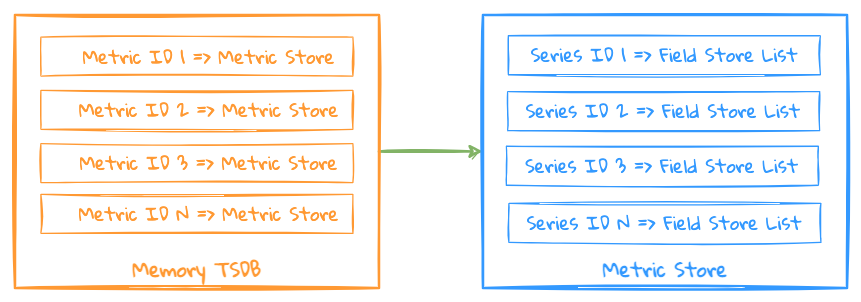
lindb/lindb.github.io keeps this draw.io diagram as docs/assets/images/design/memory_database.png. Above is the earlier version. Source tidied: cells renumbered, new cells last; positions are measured from the earlier drawing's top-left corner, leaving out a move shared by most shapes. Its diagram source:
```xml
<mxGraphModel>
  <root>
    <mxCell id="0" />
    <mxCell id="1" parent="0" />
    <mxCell id="2" style="rounded=0;jettySize=auto;html=1;entryX=0;entryY=0.5;entryDx=0;entryDy=0;endArrow=classic;endFill=1;fontSize=14;strokeColor=#82B366;strokeWidth=2;shadow=0;fontFamily=Gloria Hallelujah;fontSource=https%3A%2F%2Ffonts.googleapis.com%2Fcss%3Ffamily%3DGloria%2BHallelujah;sketch=1;" parent="1" edge="1" source="5" target="3">
      <mxGeometry relative="1" as="geometry" />
    </mxCell>
    <mxCell id="3" style="rounded=0;whiteSpace=wrap;html=1;verticalAlign=bottom;fontSize=14;fontStyle=1;fillColor=none;strokeColor=#3399FF;fontFamily=Gloria Hallelujah;fontSource=https%3A%2F%2Ffonts.googleapis.com%2Fcss%3Ffamily%3DGloria%2BHallelujah;strokeWidth=2;sketch=1;fontColor=#3399FF;" parent="1" vertex="1">
      <mxGeometry x="360" width="280" height="210" as="geometry" />
    </mxCell>
    <mxCell id="4" value="Series ID 1 =&amp;gt; Field Store List" style="rounded=0;whiteSpace=wrap;html=1;labelBackgroundColor=none;fontSize=14;fillColor=none;strokeColor=#3399FF;fontFamily=Gloria Hallelujah;fontSource=https%3A%2F%2Ffonts.googleapis.com%2Fcss%3Ffamily%3DGloria%2BHallelujah;sketch=1;fontColor=#3399FF;" parent="1" vertex="1">
      <mxGeometry x="379.5" y="16" width="240" height="30" as="geometry" />
    </mxCell>
    <mxCell id="5" style="rounded=0;whiteSpace=wrap;html=1;verticalAlign=bottom;fontStyle=1;fontSize=14;fillColor=none;strokeColor=#FF9933;fontFamily=Gloria Hallelujah;fontSource=https%3A%2F%2Ffonts.googleapis.com%2Fcss%3Ffamily%3DGloria%2BHallelujah;sketch=1;strokeWidth=2;fontColor=#FF9933;" parent="1" vertex="1">
      <mxGeometry width="280" height="210" as="geometry" />
    </mxCell>
    <mxCell id="6" value="&amp;nbsp; &amp;nbsp;Metric ID 2 =&amp;gt; Metric Store" style="rounded=0;whiteSpace=wrap;html=1;labelBackgroundColor=none;fontSize=14;fillColor=none;strokeColor=#FF9933;fontFamily=Gloria Hallelujah;fontSource=https%3A%2F%2Ffonts.googleapis.com%2Fcss%3Ffamily%3DGloria%2BHallelujah;sketch=1;fontColor=#FF9933;" parent="1" vertex="1">
      <mxGeometry x="20" y="58" width="240" height="30" as="geometry" />
    </mxCell>
    <mxCell id="7" value="&amp;nbsp; &amp;nbsp;Metric ID 1 =&amp;gt; Metric Store" style="rounded=0;whiteSpace=wrap;html=1;labelBackgroundColor=none;fontSize=14;fillColor=none;strokeColor=#FF9933;fontFamily=Gloria Hallelujah;fontSource=https%3A%2F%2Ffonts.googleapis.com%2Fcss%3Ffamily%3DGloria%2BHallelujah;sketch=1;fontColor=#FF9933;" parent="1" vertex="1">
      <mxGeometry x="20" y="17" width="240" height="30" as="geometry" />
    </mxCell>
    <mxCell id="8" value="&amp;nbsp; &amp;nbsp;Metric ID 3 =&amp;gt; Metric Store" style="rounded=0;whiteSpace=wrap;html=1;labelBackgroundColor=none;fontSize=14;fillColor=none;strokeColor=#FF9933;fontFamily=Gloria Hallelujah;fontSource=https%3A%2F%2Ffonts.googleapis.com%2Fcss%3Ffamily%3DGloria%2BHallelujah;sketch=1;fontColor=#FF9933;" parent="1" vertex="1">
      <mxGeometry x="20" y="99" width="240" height="30" as="geometry" />
    </mxCell>
    <mxCell id="9" value="&amp;nbsp; &amp;nbsp;Metric ID N =&amp;gt; Metric Store" style="rounded=0;whiteSpace=wrap;html=1;labelBackgroundColor=none;fontSize=14;fillColor=none;strokeColor=#FF9933;fontFamily=Gloria Hallelujah;fontSource=https%3A%2F%2Ffonts.googleapis.com%2Fcss%3Ffamily%3DGloria%2BHallelujah;sketch=1;fontColor=#FF9933;" parent="1" vertex="1">
      <mxGeometry x="20" y="138" width="240" height="30" as="geometry" />
    </mxCell>
    <mxCell id="10" value="&lt;span style=&quot;color: rgb(255, 153, 51); font-size: 15px;&quot;&gt;Memory TSDB&lt;/span&gt;" style="text;html=1;strokeColor=none;fillColor=none;align=center;verticalAlign=middle;whiteSpace=wrap;rounded=0;glass=0;labelBackgroundColor=none;sketch=1;fontFamily=Gloria Hallelujah;fontSource=https%3A%2F%2Ffonts.googleapis.com%2Fcss%3Ffamily%3DGloria%2BHallelujah;fontSize=15;fontColor=#3399FF;fontStyle=1;" parent="1" vertex="1">
      <mxGeometry x="73.5" y="180" width="133" height="30" as="geometry" />
    </mxCell>
    <mxCell id="11" value="&lt;span style=&quot;font-size: 15px;&quot;&gt;Metric Store&lt;/span&gt;" style="text;html=1;strokeColor=none;fillColor=none;align=center;verticalAlign=middle;whiteSpace=wrap;rounded=0;glass=0;labelBackgroundColor=none;sketch=1;fontFamily=Gloria Hallelujah;fontSource=https%3A%2F%2Ffonts.googleapis.com%2Fcss%3Ffamily%3DGloria%2BHallelujah;fontSize=15;fontColor=#3399FF;fontStyle=1;" parent="1" vertex="1">
      <mxGeometry x="433.5" y="180" width="133" height="30" as="geometry" />
    </mxCell>
    <mxCell id="12" value="Series ID 2 =&amp;gt; Field Store List" style="rounded=0;whiteSpace=wrap;html=1;labelBackgroundColor=none;fontSize=14;fillColor=none;strokeColor=#3399FF;fontFamily=Gloria Hallelujah;fontSource=https%3A%2F%2Ffonts.googleapis.com%2Fcss%3Ffamily%3DGloria%2BHallelujah;sketch=1;fontColor=#3399FF;" parent="1" vertex="1">
      <mxGeometry x="379" y="59" width="240" height="30" as="geometry" />
    </mxCell>
    <mxCell id="13" value="Series ID 3 =&amp;gt; Field Store List" style="rounded=0;whiteSpace=wrap;html=1;labelBackgroundColor=none;fontSize=14;fillColor=none;strokeColor=#3399FF;fontFamily=Gloria Hallelujah;fontSource=https%3A%2F%2Ffonts.googleapis.com%2Fcss%3Ffamily%3DGloria%2BHallelujah;sketch=1;fontColor=#3399FF;" parent="1" vertex="1">
      <mxGeometry x="378" y="101" width="240" height="30" as="geometry" />
    </mxCell>
    <mxCell id="14" value="Series ID N =&amp;gt; Field Store List" style="rounded=0;whiteSpace=wrap;html=1;labelBackgroundColor=none;fontSize=14;fillColor=none;strokeColor=#3399FF;fontFamily=Gloria Hallelujah;fontSource=https%3A%2F%2Ffonts.googleapis.com%2Fcss%3Ffamily%3DGloria%2BHallelujah;sketch=1;fontColor=#3399FF;" parent="1" vertex="1">
      <mxGeometry x="380" y="145" width="240" height="30" as="geometry" />
    </mxCell>
  </root>
</mxGraphModel>
```
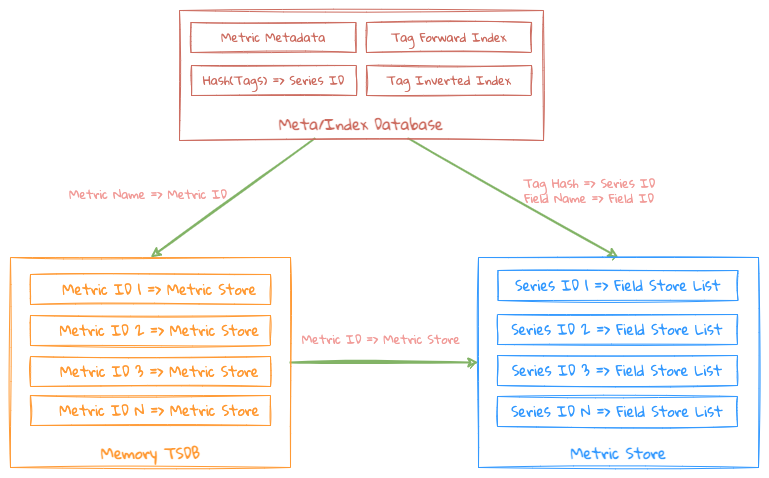
Later version of the same file.

What changed in the source:
```diff
@@ -2,44 +2,77 @@
   <root>
     <mxCell id="0" />
     <mxCell id="1" parent="0" />
-    <mxCell id="2" style="rounded=0;jettySize=auto;html=1;entryX=0;entryY=0.5;entryDx=0;entryDy=0;endArrow=classic;endFill=1;fontSize=14;strokeColor=#82B366;strokeWidth=2;shadow=0;fontFamily=Gloria Hallelujah;fontSource=https%3A%2F%2Ffonts.googleapis.com%2Fcss%3Ffamily%3DGloria%2BHallelujah;sketch=1;" parent="1" edge="1" source="5" target="3">
+    <mxCell id="2" style="rounded=0;jettySize=auto;html=1;endArrow=classic;endFill=1;fontSize=14;strokeColor=#82B366;strokeWidth=2;shadow=0;fontFamily=Gloria Hallelujah;fontSource=https%3A%2F%2Ffonts.googleapis.com%2Fcss%3Ffamily%3DGloria%2BHallelujah;sketch=1;exitX=1;exitY=0.5;exitDx=0;exitDy=0;entryX=0;entryY=0.5;entryDx=0;entryDy=0;" parent="1" edge="1" source="5" target="3">
       <mxGeometry relative="1" as="geometry" />
     </mxCell>
-    <mxCell id="3" style="rounded=0;whiteSpace=wrap;html=1;verticalAlign=bottom;fontSize=14;fontStyle=1;fillColor=none;strokeColor=#3399FF;fontFamily=Gloria Hallelujah;fontSource=https%3A%2F%2Ffonts.googleapis.com%2Fcss%3Ffamily%3DGloria%2BHallelujah;strokeWidth=2;sketch=1;fontColor=#3399FF;" parent="1" vertex="1">
-      <mxGeometry x="360" width="280" height="210" as="geometry" />
-    </mxCell>
-    <mxCell id="4" value="Series ID 1 =&amp;gt; Field Store List" style="rounded=0;whiteSpace=wrap;html=1;labelBackgroundColor=none;fontSize=14;fillColor=none;strokeColor=#3399FF;fontFamily=Gloria Hallelujah;fontSource=https%3A%2F%2Ffonts.googleapis.com%2Fcss%3Ffamily%3DGloria%2BHallelujah;sketch=1;fontColor=#3399FF;" parent="1" vertex="1">
-      <mxGeometry x="379.5" y="16" width="240" height="30" as="geometry" />
-    </mxCell>
+    <mxCell id="15" style="rounded=0;jettySize=auto;html=1;endArrow=classic;endFill=1;fontSize=14;strokeColor=#82B366;strokeWidth=2;shadow=0;fontFamily=Gloria Hallelujah;fontSource=https%3A%2F%2Ffonts.googleapis.com%2Fcss%3Ffamily%3DGloria%2BHallelujah;sketch=1;entryX=0.5;entryY=0;entryDx=0;entryDy=0;exitX=0.75;exitY=1;exitDx=0;exitDy=0;" parent="1" edge="1" source="25" target="3">
+      <mxGeometry relative="1" as="geometry" />
+    </mxCell>
+    <mxCell id="16" style="rounded=0;jettySize=auto;html=1;endArrow=classic;endFill=1;fontSize=14;strokeColor=#82B366;strokeWidth=2;shadow=0;fontFamily=Gloria Hallelujah;fontSource=https%3A%2F%2Ffonts.googleapis.com%2Fcss%3Ffamily%3DGloria%2BHallelujah;sketch=1;entryX=0.5;entryY=0;entryDx=0;entryDy=0;exitX=0.25;exitY=1;exitDx=0;exitDy=0;" parent="1" edge="1" source="25" target="5">
+      <mxGeometry relative="1" as="geometry" />
+    </mxCell>
+    <mxCell id="17" value="Metric Name =&amp;gt; Metric ID" style="text;html=1;strokeColor=none;fillColor=none;align=center;verticalAlign=middle;whiteSpace=wrap;rounded=0;sketch=1;fontFamily=Gloria Hallelujah;fontSource=https%3A%2F%2Ffonts.googleapis.com%2Fcss%3Ffamily%3DGloria%2BHallelujah;fontColor=#F19C99;" parent="1" vertex="1">
+      <mxGeometry x="57" y="-1040" width="182" height="30" as="geometry" />
+    </mxCell>
+    <mxCell id="18" value="Metric ID =&amp;gt; Metric Store" style="text;html=1;strokeColor=none;fillColor=none;align=center;verticalAlign=middle;whiteSpace=wrap;rounded=0;sketch=1;fontFamily=Gloria Hallelujah;fontSource=https%3A%2F%2Ffonts.googleapis.com%2Fcss%3Ffamily%3DGloria%2BHallelujah;fontColor=#F19C99;" parent="1" vertex="1">
+      <mxGeometry x="290" y="-895" width="182" height="30" as="geometry" />
+    </mxCell>
+    <mxCell id="19" value="Tag Hash =&amp;gt; Series ID&lt;br&gt;Field Name =&amp;gt; Field ID" style="text;html=1;strokeColor=none;fillColor=none;align=center;verticalAlign=middle;whiteSpace=wrap;rounded=0;sketch=1;fontFamily=Gloria Hallelujah;fontSource=https%3A%2F%2Ffonts.googleapis.com%2Fcss%3Ffamily%3DGloria%2BHallelujah;fontColor=#F19C99;" parent="1" vertex="1">
+      <mxGeometry x="498" y="-1044" width="182" height="30" as="geometry" />
+    </mxCell>
+    <mxCell id="20" style="group;fillColor=none;strokeColor=#CC6C60;fontStyle=1;verticalAlign=bottom;fontSize=14;fontColor=#CC6C60;strokeWidth=1;sketch=1;" parent="1" vertex="1">
+      <mxGeometry x="179" y="-1209" width="364" height="130" as="geometry" />
+    </mxCell>
+    <mxCell id="21" value="Metric Metadata" style="rounded=0;whiteSpace=wrap;html=1;labelBackgroundColor=none;fontSize=12;fillColor=none;strokeColor=#CC6C60;fontColor=#CC6C60;sketch=1;fontFamily=Gloria Hallelujah;fontSource=https%3A%2F%2Ffonts.googleapis.com%2Fcss%3Ffamily%3DGloria%2BHallelujah;" parent="1" vertex="1">
+      <mxGeometry x="190.5" y="-1197" width="165" height="30" as="geometry" />
+    </mxCell>
+    <mxCell id="22" value="Hash(Tags) =&amp;gt; Series ID" style="rounded=0;whiteSpace=wrap;html=1;labelBackgroundColor=none;fontSize=12;fillColor=none;strokeColor=#CC6C60;fontColor=#CC6C60;sketch=1;fontFamily=Gloria Hallelujah;fontSource=https%3A%2F%2Ffonts.googleapis.com%2Fcss%3Ffamily%3DGloria%2BHallelujah;" parent="1" vertex="1">
+      <mxGeometry x="191" y="-1154" width="165" height="30" as="geometry" />
+    </mxCell>
+    <mxCell id="23" value="Tag Forward Index" style="rounded=0;whiteSpace=wrap;html=1;labelBackgroundColor=none;fontSize=12;fillColor=none;strokeColor=#CC6C60;fontColor=#CC6C60;sketch=1;fontFamily=Gloria Hallelujah;fontSource=https%3A%2F%2Ffonts.googleapis.com%2Fcss%3Ffamily%3DGloria%2BHallelujah;" parent="1" vertex="1">
+      <mxGeometry x="366" y="-1197" width="165" height="30" as="geometry" />
+    </mxCell>
+    <mxCell id="24" value="Tag Inverted Index" style="rounded=0;whiteSpace=wrap;html=1;labelBackgroundColor=none;fontSize=12;fillColor=none;strokeColor=#CC6C60;fontColor=#CC6C60;sketch=1;fontFamily=Gloria Hallelujah;fontSource=https%3A%2F%2Ffonts.googleapis.com%2Fcss%3Ffamily%3DGloria%2BHallelujah;" parent="1" vertex="1">
+      <mxGeometry x="366" y="-1154" width="165" height="30" as="geometry" />
+    </mxCell>
+    <mxCell id="25" value="&lt;span style=&quot;font-size: 15px;&quot;&gt;Meta/Index Database&lt;/span&gt;" style="text;html=1;strokeColor=none;fillColor=none;align=center;verticalAlign=middle;whiteSpace=wrap;rounded=0;glass=0;labelBackgroundColor=none;sketch=1;fontFamily=Gloria Hallelujah;fontSource=https%3A%2F%2Ffonts.googleapis.com%2Fcss%3Ffamily%3DGloria%2BHallelujah;fontSize=15;fontColor=#CC6C60;fontStyle=1;" parent="1" vertex="1">
+      <mxGeometry x="267.2" y="-1111" width="187.5" height="30" as="geometry" />
+    </mxCell>
-    <mxCell id="5" style="rounded=0;whiteSpace=wrap;html=1;verticalAlign=bottom;fontStyle=1;fontSize=14;fillColor=none;strokeColor=#FF9933;fontFamily=Gloria Hallelujah;fontSource=https%3A%2F%2Ffonts.googleapis.com%2Fcss%3Ffamily%3DGloria%2BHallelujah;sketch=1;strokeWidth=2;fontColor=#FF9933;" parent="1" vertex="1">
-      <mxGeometry width="280" height="210" as="geometry" />
+    <mxCell id="5" style="rounded=0;whiteSpace=wrap;html=1;verticalAlign=bottom;fontStyle=1;fontSize=14;fillColor=none;strokeColor=#FF9933;fontFamily=Gloria Hallelujah;fontSource=https%3A%2F%2Ffonts.googleapis.com%2Fcss%3Ffamily%3DGloria%2BHallelujah;sketch=1;strokeWidth=1;fontColor=#FF9933;" parent="1" vertex="1">
+      <mxGeometry x="10" y="-962" width="280" height="210" as="geometry" />
     </mxCell>
     <mxCell id="6" value="&amp;nbsp; &amp;nbsp;Metric ID 2 =&amp;gt; Metric Store" style="rounded=0;whiteSpace=wrap;html=1;labelBackgroundColor=none;fontSize=14;fillColor=none;strokeColor=#FF9933;fontFamily=Gloria Hallelujah;fontSource=https%3A%2F%2Ffonts.googleapis.com%2Fcss%3Ffamily%3DGloria%2BHallelujah;sketch=1;fontColor=#FF9933;" parent="1" vertex="1">
-      <mxGeometry x="20" y="58" width="240" height="30" as="geometry" />
+      <mxGeometry x="30" y="-904" width="240" height="30" as="geometry" />
     </mxCell>
     <mxCell id="7" value="&amp;nbsp; &amp;nbsp;Metric ID 1 =&amp;gt; Metric Store" style="rounded=0;whiteSpace=wrap;html=1;labelBackgroundColor=none;fontSize=14;fillColor=none;strokeColor=#FF9933;fontFamily=Gloria Hallelujah;fontSource=https%3A%2F%2Ffonts.googleapis.com%2Fcss%3Ffamily%3DGloria%2BHallelujah;sketch=1;fontColor=#FF9933;" parent="1" vertex="1">
-      <mxGeometry x="20" y="17" width="240" height="30" as="geometry" />
+      <mxGeometry x="30" y="-945" width="240" height="30" as="geometry" />
     </mxCell>
     <mxCell id="8" value="&amp;nbsp; &amp;nbsp;Metric ID 3 =&amp;gt; Metric Store" style="rounded=0;whiteSpace=wrap;html=1;labelBackgroundColor=none;fontSize=14;fillColor=none;strokeColor=#FF9933;fontFamily=Gloria Hallelujah;fontSource=https%3A%2F%2Ffonts.googleapis.com%2Fcss%3Ffamily%3DGloria%2BHallelujah;sketch=1;fontColor=#FF9933;" parent="1" vertex="1">
-      <mxGeometry x="20" y="99" width="240" height="30" as="geometry" />
+      <mxGeometry x="30" y="-863" width="240" height="30" as="geometry" />
     </mxCell>
     <mxCell id="9" value="&amp;nbsp; &amp;nbsp;Metric ID N =&amp;gt; Metric Store" style="rounded=0;whiteSpace=wrap;html=1;labelBackgroundColor=none;fontSize=14;fillColor=none;strokeColor=#FF9933;fontFamily=Gloria Hallelujah;fontSource=https%3A%2F%2Ffonts.googleapis.com%2Fcss%3Ffamily%3DGloria%2BHallelujah;sketch=1;fontColor=#FF9933;" parent="1" vertex="1">
-      <mxGeometry x="20" y="138" width="240" height="30" as="geometry" />
+      <mxGeometry x="30" y="-824" width="240" height="30" as="geometry" />
     </mxCell>
     <mxCell id="10" value="&lt;span style=&quot;color: rgb(255, 153, 51); font-size: 15px;&quot;&gt;Memory TSDB&lt;/span&gt;" style="text;html=1;strokeColor=none;fillColor=none;align=center;verticalAlign=middle;whiteSpace=wrap;rounded=0;glass=0;labelBackgroundColor=none;sketch=1;fontFamily=Gloria Hallelujah;fontSource=https%3A%2F%2Ffonts.googleapis.com%2Fcss%3Ffamily%3DGloria%2BHallelujah;fontSize=15;fontColor=#3399FF;fontStyle=1;" parent="1" vertex="1">
-      <mxGeometry x="73.5" y="180" width="133" height="30" as="geometry" />
+      <mxGeometry x="83.5" y="-782" width="133" height="30" as="geometry" />
     </mxCell>
+    <mxCell id="3" style="rounded=0;whiteSpace=wrap;html=1;verticalAlign=bottom;fontSize=14;fontStyle=1;fillColor=none;strokeColor=#3399FF;fontFamily=Gloria Hallelujah;fontSource=https%3A%2F%2Ffonts.googleapis.com%2Fcss%3Ffamily%3DGloria%2BHallelujah;strokeWidth=1;sketch=1;fontColor=#3399FF;" parent="1" vertex="1">
+      <mxGeometry x="478" y="-962" width="280" height="210" as="geometry" />
+    </mxCell>
+    <mxCell id="4" value="Series ID 1 =&amp;gt; Field Store List" style="rounded=0;whiteSpace=wrap;html=1;labelBackgroundColor=none;fontSize=14;fillColor=none;strokeColor=#3399FF;fontFamily=Gloria Hallelujah;fontSource=https%3A%2F%2Ffonts.googleapis.com%2Fcss%3Ffamily%3DGloria%2BHallelujah;sketch=1;fontColor=#3399FF;" parent="1" vertex="1">
+      <mxGeometry x="497.5" y="-949" width="240" height="30" as="geometry" />
+    </mxCell>
     <mxCell id="11" value="&lt;span style=&quot;font-size: 15px;&quot;&gt;Metric Store&lt;/span&gt;" style="text;html=1;strokeColor=none;fillColor=none;align=center;verticalAlign=middle;whiteSpace=wrap;rounded=0;glass=0;labelBackgroundColor=none;sketch=1;fontFamily=Gloria Hallelujah;fontSource=https%3A%2F%2Ffonts.googleapis.com%2Fcss%3Ffamily%3DGloria%2BHallelujah;fontSize=15;fontColor=#3399FF;fontStyle=1;" parent="1" vertex="1">
-      <mxGeometry x="433.5" y="180" width="133" height="30" as="geometry" />
+      <mxGeometry x="551.5" y="-782" width="133" height="30" as="geometry" />
     </mxCell>
     <mxCell id="12" value="Series ID 2 =&amp;gt; Field Store List" style="rounded=0;whiteSpace=wrap;html=1;labelBackgroundColor=none;fontSize=14;fillColor=none;strokeColor=#3399FF;fontFamily=Gloria Hallelujah;fontSource=https%3A%2F%2Ffonts.googleapis.com%2Fcss%3Ffamily%3DGloria%2BHallelujah;sketch=1;fontColor=#3399FF;" parent="1" vertex="1">
-      <mxGeometry x="379" y="59" width="240" height="30" as="geometry" />
+      <mxGeometry x="497" y="-905" width="240" height="30" as="geometry" />
     </mxCell>
     <mxCell id="13" value="Series ID 3 =&amp;gt; Field Store List" style="rounded=0;whiteSpace=wrap;html=1;labelBackgroundColor=none;fontSize=14;fillColor=none;strokeColor=#3399FF;fontFamily=Gloria Hallelujah;fontSource=https%3A%2F%2Ffonts.googleapis.com%2Fcss%3Ffamily%3DGloria%2BHallelujah;sketch=1;fontColor=#3399FF;" parent="1" vertex="1">
-      <mxGeometry x="378" y="101" width="240" height="30" as="geometry" />
+      <mxGeometry x="497" y="-864" width="240" height="30" as="geometry" />
     </mxCell>
     <mxCell id="14" value="Series ID N =&amp;gt; Field Store List" style="rounded=0;whiteSpace=wrap;html=1;labelBackgroundColor=none;fontSize=14;fillColor=none;strokeColor=#3399FF;fontFamily=Gloria Hallelujah;fontSource=https%3A%2F%2Ffonts.googleapis.com%2Fcss%3Ffamily%3DGloria%2BHallelujah;sketch=1;fontColor=#3399FF;" parent="1" vertex="1">
-      <mxGeometry x="380" y="145" width="240" height="30" as="geometry" />
+      <mxGeometry x="497" y="-823" width="240" height="30" as="geometry" />
     </mxCell>
   </root>
 </mxGraphModel>
```
